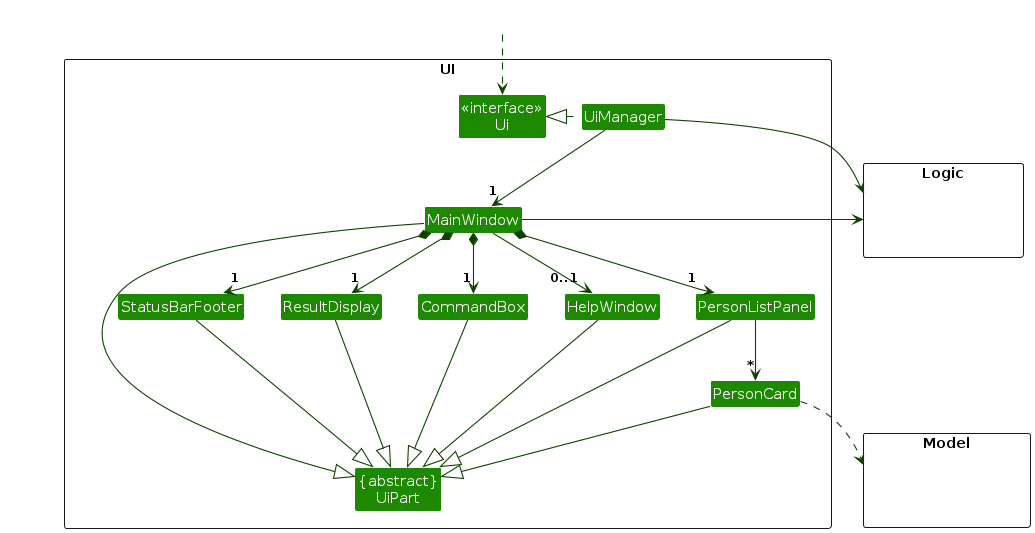
This is diagrams/UiClassDiagram.png from AY2627S1-CS2103-F10-2/tp, a PlantUML export, as it was before one commit. Its source is kept beside it as diagrams/UiClassDiagram.puml.
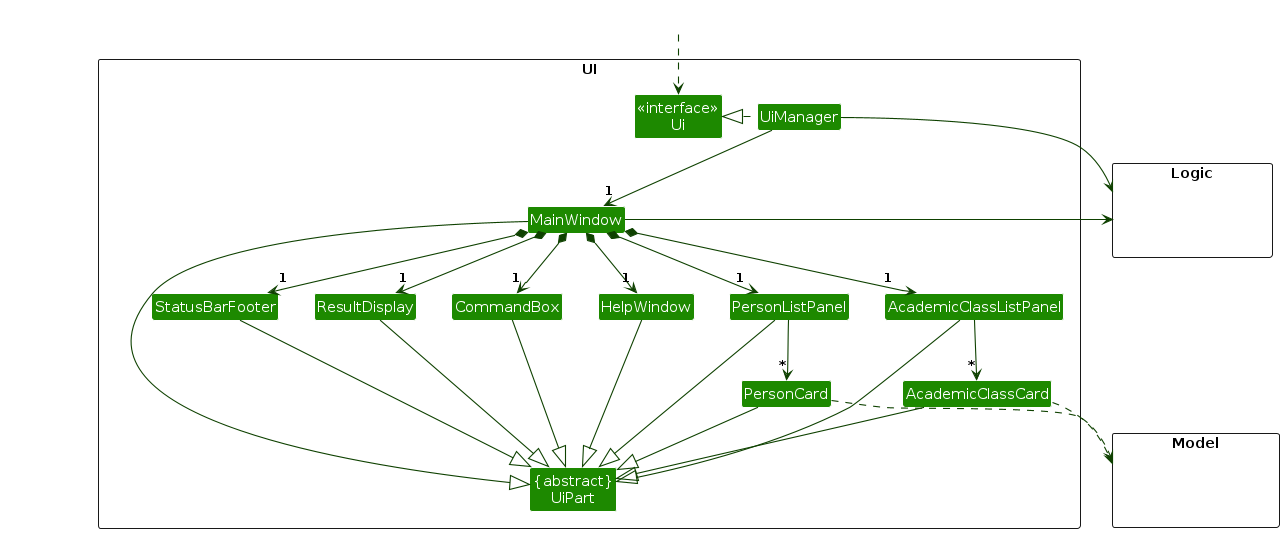
Later version of the same file.

The edit, as a diff of the source:
```diff
@@ -4,7 +4,7 @@
 skinparam arrowColor UI_COLOR_T4
 skinparam classBackgroundColor UI_COLOR
 
-package UI <<Rectangle>>{
+package UI <<Rectangle>> {
 Class "<<interface>>\nUi" as Ui
 Class "{abstract}\nUiPart" as UiPart
 Class UiManager
@@ -13,6 +13,8 @@
 Class ResultDisplay
 Class PersonListPanel
 Class PersonCard
+Class AcademicClassListPanel
+Class AcademicClassCard
 Class StatusBarFooter
 Class CommandBox
 }
@@ -33,10 +35,12 @@
 MainWindow *-down->  "1" CommandBox
 MainWindow *-down-> "1" ResultDisplay
 MainWindow *-down-> "1" PersonListPanel
+MainWindow *-down-> "1" AcademicClassListPanel
 MainWindow *-down-> "1" StatusBarFooter
-MainWindow --> "0..1" HelpWindow
+MainWindow *-down-> "1" HelpWindow
 
 PersonListPanel -down-> "*" PersonCard
+AcademicClassListPanel -down-> "*" AcademicClassCard
 
 MainWindow -left-|> UiPart
 
@@ -44,10 +48,13 @@
 CommandBox --|> UiPart
 PersonListPanel --|> UiPart
 PersonCard --|> UiPart
+AcademicClassListPanel --|> UiPart
+AcademicClassCard --|> UiPart
 StatusBarFooter --|> UiPart
 HelpWindow --|> UiPart
 
 PersonCard ..> Model
+AcademicClassCard ..> Model
 UiManager -right-> Logic
 MainWindow -left-> Logic
 
@@ -55,6 +62,8 @@
 HelpWindow -[hidden]left- CommandBox
 CommandBox -[hidden]left- ResultDisplay
 ResultDisplay -[hidden]left- StatusBarFooter
+PersonListPanel -[hidden]right- AcademicClassListPanel
+PersonCard -[hidden]right- AcademicClassCard
 
 MainWindow -[hidden]-|> UiPart
 @enduml
```
